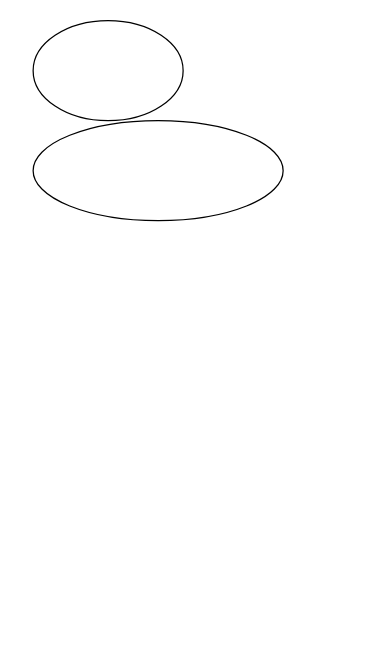
Before: Untitled Diagram.drawio in isAlbertYu/diagrams, a draw.io diagram. Source tidied: cells renumbered, new cells numbered last; positions are measured from the earlier drawing's top-left corner, leaving out a move shared by most shapes. Both pictures are drawn from the tidied source at 125%, with x=0, y=0 at pixel (32, 20).
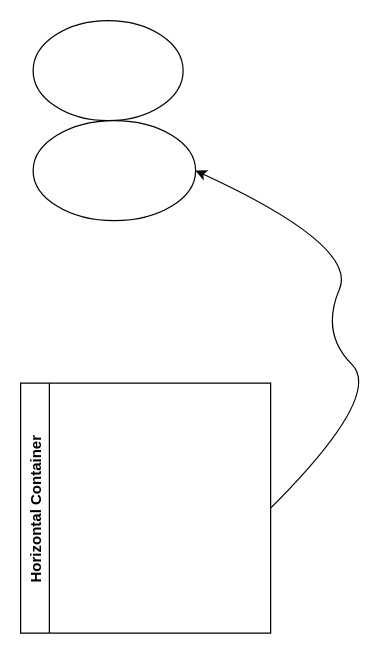
The same diagram, later.

The edit, as a diff of the source:
```diff
@@
 <mxGraphModel>
   <root>
     <mxCell id="0" />
     <mxCell id="1" parent="0" />
     <mxCell id="2" style="ellipse;whiteSpace=wrap;html=1;" parent="1" vertex="1">
       <mxGeometry width="120" height="80" as="geometry" />
     </mxCell>
     <mxCell id="3" style="ellipse;whiteSpace=wrap;html=1;" parent="1" vertex="1">
-      <mxGeometry y="80" width="200" height="80" as="geometry" />
+      <mxGeometry y="80" width="130" height="80" as="geometry" />
     </mxCell>
+    <mxCell id="4" value="Horizontal Container" style="swimlane;horizontal=0;" parent="1" vertex="1">
+      <mxGeometry x="-10" y="290" width="200" height="200" as="geometry" />
+    </mxCell>
+    <mxCell id="5" style="curved=1;endArrow=classic;html=1;rounded=0;exitX=1;exitY=0.5;exitDx=0;exitDy=0;entryX=1;entryY=0.5;entryDx=0;entryDy=0;" parent="1" edge="1" source="4" target="3">
+      <mxGeometry relative="1" as="geometry">
+        <Array as="points">
+          <mxPoint x="280" y="300" />
+          <mxPoint x="230" y="250" />
+          <mxPoint x="260" y="180" />
+        </Array>
+      </mxGeometry>
+    </mxCell>
   </root>
 </mxGraphModel>
```
